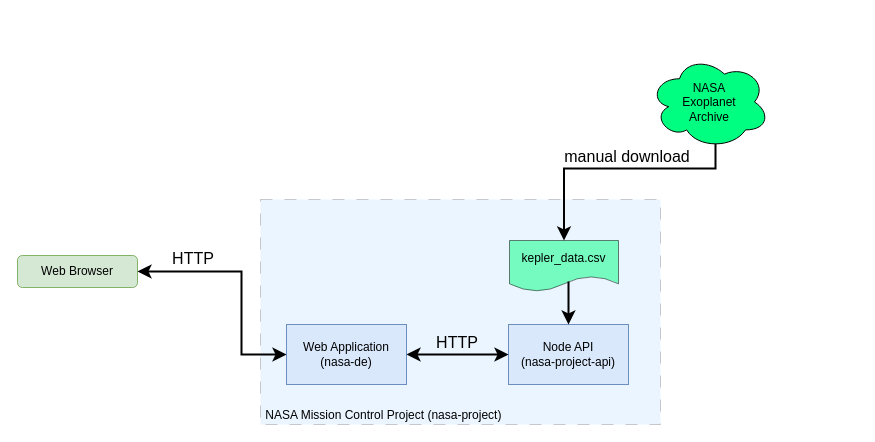
buzzcosm/ztm-course-projects-nodejs-nasa-project keeps this draw.io diagram as docs/drawio/Project+Architectural+Diagram.drawio. Above is the earlier version. Source tidied: cells renumbered, new cells numbered last; positions are measured from the earlier drawing's top-left corner, leaving out a move shared by most shapes. Both pictures are drawn from the tidied source at 100%, with x=0, y=0 at pixel (17, 55).
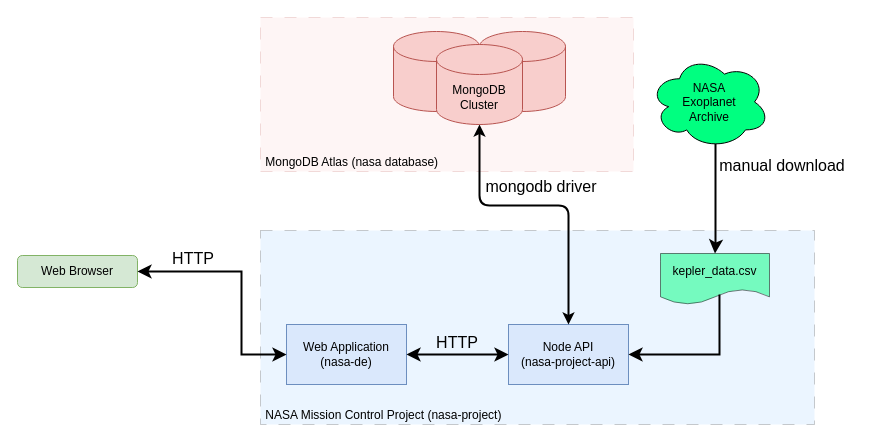
Above is the later version.

Commit message (it also covers changes not shown here):
Update architectual diagram with mongodb

The change refers to these unchanged cells:
```xml
<mxCell id="4" value="Node API&lt;br&gt;(nasa-project-api)" style="rounded=0;whiteSpace=wrap;html=1;fillColor=#dae8fc;strokeColor=#6c8ebf;" parent="1" vertex="1">
  <mxGeometry x="491" y="269" width="120" height="60" as="geometry" />
</mxCell>
<mxCell id="11" value="NASA &lt;br&gt;Exoplanet&lt;br&gt;Archive" style="ellipse;shape=cloud;whiteSpace=wrap;html=1;fillColor=#00FF80;" parent="1" vertex="1">
  <mxGeometry x="632" width="120" height="93" as="geometry" />
</mxCell>
```

Diff of the diagram source:
```diff
@@
+    <mxCell id="15" value="&amp;nbsp;MongoDB Atlas (nasa database)" style="rounded=0;whiteSpace=wrap;html=1;dashed=1;dashPattern=12 12;verticalAlign=bottom;align=left;fillColor=#f8cecc;opacity=20;strokeColor=#b85450;" parent="1" vertex="1">
+      <mxGeometry x="243" y="-38" width="373" height="154" as="geometry" />
+    </mxCell>
     <mxCell id="2" value="&amp;nbsp;NASA Mission Control Project (nasa-project)" style="rounded=0;whiteSpace=wrap;html=1;dashed=1;dashPattern=12 12;verticalAlign=bottom;align=left;fillColor=#99CCFF;opacity=20;" parent="1" vertex="1">
-      <mxGeometry x="243" y="144" width="400" height="225" as="geometry" />
+      <mxGeometry x="243" y="175" width="554" height="194" as="geometry" />
     </mxCell>
@@
     <mxCell id="10" value="kepler_data.csv" style="shape=document;whiteSpace=wrap;html=1;boundedLbl=1;fillColor=#00FF80;opacity=50;" parent="1" vertex="1">
-      <mxGeometry x="492" y="185" width="109" height="51" as="geometry" />
+      <mxGeometry x="643" y="198" width="109" height="51" as="geometry" />
     </mxCell>
@@
-    <mxCell id="12" style="endArrow=classic;html=1;rounded=0;fontSize=12;startSize=8;endSize=8;exitX=0.541;exitY=0.804;exitDx=0;exitDy=0;exitPerimeter=0;entryX=0.5;entryY=0;entryDx=0;entryDy=0;edgeStyle=orthogonalEdgeStyle;strokeWidth=2;" parent="1" edge="1" source="10" target="4">
-      <mxGeometry relative="1" as="geometry" />
+    <mxCell id="12" style="endArrow=classic;html=1;rounded=0;fontSize=12;startSize=8;endSize=8;exitX=0.541;exitY=0.804;exitDx=0;exitDy=0;exitPerimeter=0;entryX=1;entryY=0.5;entryDx=0;entryDy=0;edgeStyle=orthogonalEdgeStyle;strokeWidth=2;" parent="1" edge="1" source="10" target="4">
+      <mxGeometry relative="1" as="geometry">
+        <Array as="points">
+          <mxPoint x="702" y="299" />
+        </Array>
+      </mxGeometry>
     </mxCell>
     <mxCell id="13" style="endArrow=classic;html=1;rounded=0;fontSize=12;startSize=8;endSize=8;exitX=0.55;exitY=0.95;exitDx=0;exitDy=0;exitPerimeter=0;entryX=0.5;entryY=0;entryDx=0;entryDy=0;edgeStyle=orthogonalEdgeStyle;strokeWidth=2;" parent="1" edge="1" source="11" target="10">
       <mxGeometry relative="1" as="geometry">
         <Array as="points">
-          <mxPoint x="698" y="113" />
-          <mxPoint x="547" y="113" />
+          <mxPoint x="698" y="191" />
         </Array>
       </mxGeometry>
     </mxCell>
     <mxCell id="14" value="manual download" style="text;html=1;align=center;verticalAlign=middle;whiteSpace=wrap;rounded=0;fontSize=16;" parent="1" vertex="1">
-      <mxGeometry x="535" y="86" width="150" height="30" as="geometry" />
+      <mxGeometry x="690" y="95" width="150" height="30" as="geometry" />
     </mxCell>
+    <mxCell id="16" style="group;" parent="1" vertex="1">
+      <mxGeometry x="376" y="-24" width="172" height="93" as="geometry" />
+    </mxCell>
+    <mxCell id="17" style="shape=cylinder3;whiteSpace=wrap;html=1;boundedLbl=1;backgroundOutline=1;size=15;fillColor=#f8cecc;strokeColor=#b85450;" parent="16" vertex="1">
+      <mxGeometry width="86" height="80" as="geometry" />
+    </mxCell>
+    <mxCell id="18" style="shape=cylinder3;whiteSpace=wrap;html=1;boundedLbl=1;backgroundOutline=1;size=15;fillColor=#f8cecc;strokeColor=#b85450;" parent="16" vertex="1">
+      <mxGeometry x="86" width="86" height="80" as="geometry" />
+    </mxCell>
+    <mxCell id="19" value="MongoDB&lt;br style=&quot;border-color: var(--border-color);&quot;&gt;Cluster" style="shape=cylinder3;whiteSpace=wrap;html=1;boundedLbl=1;backgroundOutline=1;size=15;fillColor=#f8cecc;strokeColor=#b85450;" parent="16" vertex="1">
+      <mxGeometry x="43" y="13" width="86" height="80" as="geometry" />
+    </mxCell>
+    <mxCell id="20" style="edgeStyle=orthogonalEdgeStyle;html=1;entryX=0.5;entryY=0;entryDx=0;entryDy=0;strokeWidth=2;startArrow=classic;startFill=1;" parent="1" edge="1" source="19" target="4">
+      <mxGeometry relative="1" as="geometry">
+        <Array as="points">
+          <mxPoint x="462" y="150" />
+          <mxPoint x="551" y="150" />
+        </Array>
+      </mxGeometry>
+    </mxCell>
+    <mxCell id="21" value="mongodb driver" style="text;html=1;align=center;verticalAlign=middle;whiteSpace=wrap;rounded=0;fontSize=16;" parent="1" vertex="1">
+      <mxGeometry x="449" y="116" width="150" height="30" as="geometry" />
+    </mxCell>
```
